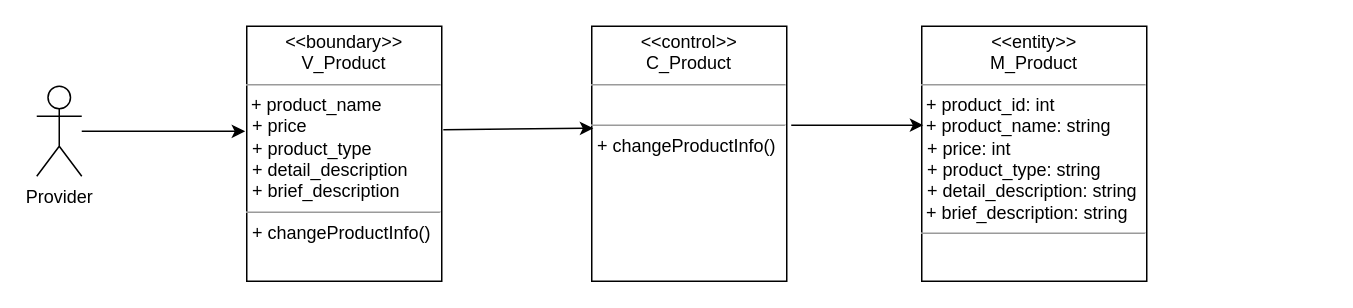
Above: Lop_tham_gia_Usecase/SuaSanPhamClass.drawio in hoangminh15/PTTKHT (draw.io), before the change. Source tidied: cells renumbered, new cells numbered last; positions are measured from the earlier drawing's top-left corner, leaving out a move shared by most shapes. Both pictures are drawn from the tidied source at 150%, with x=0, y=0 at pixel (36, 26).
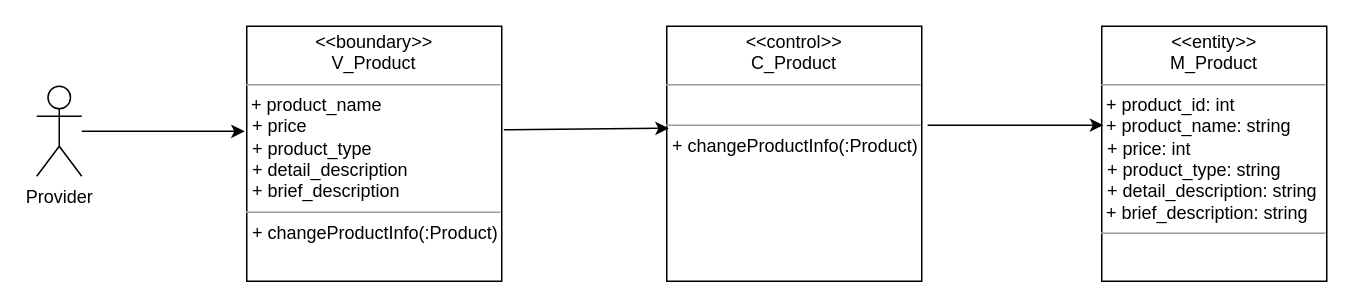
The same page after the edit.

The edit, as a diff of the source:
```diff
@@
 <mxGraphModel>
   <root>
     <mxCell id="0" />
     <mxCell id="1" parent="0" />
     <mxCell id="2" value="Provider" style="shape=umlActor;verticalLabelPosition=bottom;verticalAlign=top;html=1;" parent="1" vertex="1">
       <mxGeometry y="40" width="30" height="60" as="geometry" />
     </mxCell>
-    <mxCell id="3" value="&lt;p style=&quot;margin: 0px ; margin-top: 4px ; text-align: center&quot;&gt;&lt;i&gt;&amp;lt;&lt;/i&gt;&amp;lt;boundary&lt;i&gt;&amp;gt;&amp;gt;&lt;/i&gt;&lt;br&gt;V_Product&lt;/p&gt;&lt;hr size=&quot;1&quot;&gt;&amp;nbsp;+ product_name&lt;br&gt;&lt;p style=&quot;margin: 0px ; margin-left: 4px&quot;&gt;+ price&lt;br&gt;&lt;/p&gt;&lt;p style=&quot;margin: 0px ; margin-left: 4px&quot;&gt;+ product_type&lt;br&gt;&lt;/p&gt;&lt;p style=&quot;margin: 0px ; margin-left: 4px&quot;&gt;+ detail_description&lt;br&gt;&lt;/p&gt;&lt;p style=&quot;margin: 0px ; margin-left: 4px&quot;&gt;+ brief_description&lt;br&gt;&lt;/p&gt;&lt;hr size=&quot;1&quot;&gt;&lt;p style=&quot;margin: 0px ; margin-left: 4px&quot;&gt;+ changeProductInfo()&lt;br&gt;&lt;/p&gt;" style="verticalAlign=top;align=left;overflow=fill;fontSize=12;fontFamily=Helvetica;html=1;" parent="1" vertex="1">
-      <mxGeometry x="140" width="130" height="170" as="geometry" />
+    <mxCell id="3" value="&lt;p style=&quot;margin: 0px ; margin-top: 4px ; text-align: center&quot;&gt;&lt;i&gt;&amp;lt;&lt;/i&gt;&amp;lt;boundary&lt;i&gt;&amp;gt;&amp;gt;&lt;/i&gt;&lt;br&gt;V_Product&lt;/p&gt;&lt;hr size=&quot;1&quot;&gt;&amp;nbsp;+ product_name&lt;br&gt;&lt;p style=&quot;margin: 0px ; margin-left: 4px&quot;&gt;+ price&lt;br&gt;&lt;/p&gt;&lt;p style=&quot;margin: 0px ; margin-left: 4px&quot;&gt;+ product_type&lt;br&gt;&lt;/p&gt;&lt;p style=&quot;margin: 0px ; margin-left: 4px&quot;&gt;+ detail_description&lt;br&gt;&lt;/p&gt;&lt;p style=&quot;margin: 0px ; margin-left: 4px&quot;&gt;+ brief_description&lt;br&gt;&lt;/p&gt;&lt;hr size=&quot;1&quot;&gt;&lt;p style=&quot;margin: 0px ; margin-left: 4px&quot;&gt;+ changeProductInfo(:Product)&lt;br&gt;&lt;/p&gt;" style="verticalAlign=top;align=left;overflow=fill;fontSize=12;fontFamily=Helvetica;html=1;" parent="1" vertex="1">
+      <mxGeometry x="140" width="170" height="170" as="geometry" />
     </mxCell>
-    <mxCell id="4" value="&lt;p style=&quot;margin: 0px ; margin-top: 4px ; text-align: center&quot;&gt;&lt;i&gt;&amp;lt;&lt;/i&gt;&amp;lt;control&lt;i&gt;&amp;gt;&amp;gt;&lt;/i&gt;&lt;br&gt;C_Product&lt;/p&gt;&lt;hr size=&quot;1&quot;&gt;&lt;br&gt;&lt;hr size=&quot;1&quot;&gt;&lt;p style=&quot;margin: 0px ; margin-left: 4px&quot;&gt;+ changeProductInfo()&lt;br&gt;&lt;br&gt;&lt;/p&gt;" style="verticalAlign=top;align=left;overflow=fill;fontSize=12;fontFamily=Helvetica;html=1;" parent="1" vertex="1">
-      <mxGeometry x="370" width="130" height="170" as="geometry" />
+    <mxCell id="4" value="&lt;p style=&quot;margin: 0px ; margin-top: 4px ; text-align: center&quot;&gt;&lt;i&gt;&amp;lt;&lt;/i&gt;&amp;lt;control&lt;i&gt;&amp;gt;&amp;gt;&lt;/i&gt;&lt;br&gt;C_Product&lt;/p&gt;&lt;hr size=&quot;1&quot;&gt;&lt;br&gt;&lt;hr size=&quot;1&quot;&gt;&lt;p style=&quot;margin: 0px ; margin-left: 4px&quot;&gt;+ changeProductInfo(:Product)&lt;br&gt;&lt;br&gt;&lt;/p&gt;" style="verticalAlign=top;align=left;overflow=fill;fontSize=12;fontFamily=Helvetica;html=1;" parent="1" vertex="1">
+      <mxGeometry x="420" width="170" height="170" as="geometry" />
     </mxCell>
     <mxCell id="5" style="endArrow=classic;html=1;exitX=1.008;exitY=0.406;exitDx=0;exitDy=0;exitPerimeter=0;entryX=0.008;entryY=0.4;entryDx=0;entryDy=0;entryPerimeter=0;" parent="1" edge="1" source="3" target="4">
       <mxGeometry relative="1" as="geometry" />
     </mxCell>
     <mxCell id="6" style="endArrow=classic;html=1;entryX=-0.008;entryY=0.412;entryDx=0;entryDy=0;entryPerimeter=0;" parent="1" edge="1" source="2" target="3">
       <mxGeometry relative="1" as="geometry" />
     </mxCell>
     <mxCell id="7" value="&lt;p style=&quot;margin: 0px ; margin-top: 4px ; text-align: center&quot;&gt;&lt;i&gt;&amp;lt;&lt;/i&gt;&amp;lt;entity&lt;i&gt;&amp;gt;&amp;gt;&lt;/i&gt;&lt;br&gt;M_Product&lt;/p&gt;&lt;hr size=&quot;1&quot;&gt;&lt;div&gt;&amp;nbsp;+ product_id: int&lt;br&gt;&lt;/div&gt;&lt;div&gt;&amp;nbsp;+ product_name: string&lt;br&gt;&lt;/div&gt;&lt;p style=&quot;margin: 0px ; margin-left: 4px&quot;&gt;+ price: int&lt;br&gt;&lt;/p&gt;&lt;p style=&quot;margin: 0px ; margin-left: 4px&quot;&gt;+ product_type: string&lt;br&gt;&lt;/p&gt;&lt;p style=&quot;margin: 0px ; margin-left: 4px&quot;&gt;+ detail_description: string&lt;br&gt;&lt;/p&gt;&amp;nbsp;+ brief_description: string&lt;br&gt;&lt;hr size=&quot;1&quot;&gt;&lt;p style=&quot;margin: 0px ; margin-left: 4px&quot;&gt;&lt;br&gt;&lt;br&gt;&lt;/p&gt;" style="verticalAlign=top;align=left;overflow=fill;fontSize=12;fontFamily=Helvetica;html=1;" parent="1" vertex="1">
-      <mxGeometry x="590" width="150" height="170" as="geometry" />
+      <mxGeometry x="710" width="150" height="170" as="geometry" />
     </mxCell>
     <mxCell id="8" style="endArrow=classic;html=1;exitX=1.023;exitY=0.388;exitDx=0;exitDy=0;exitPerimeter=0;entryX=0.007;entryY=0.388;entryDx=0;entryDy=0;entryPerimeter=0;" parent="1" edge="1" source="4" target="7">
       <mxGeometry relative="1" as="geometry" />
     </mxCell>
   </root>
 </mxGraphModel>
```
